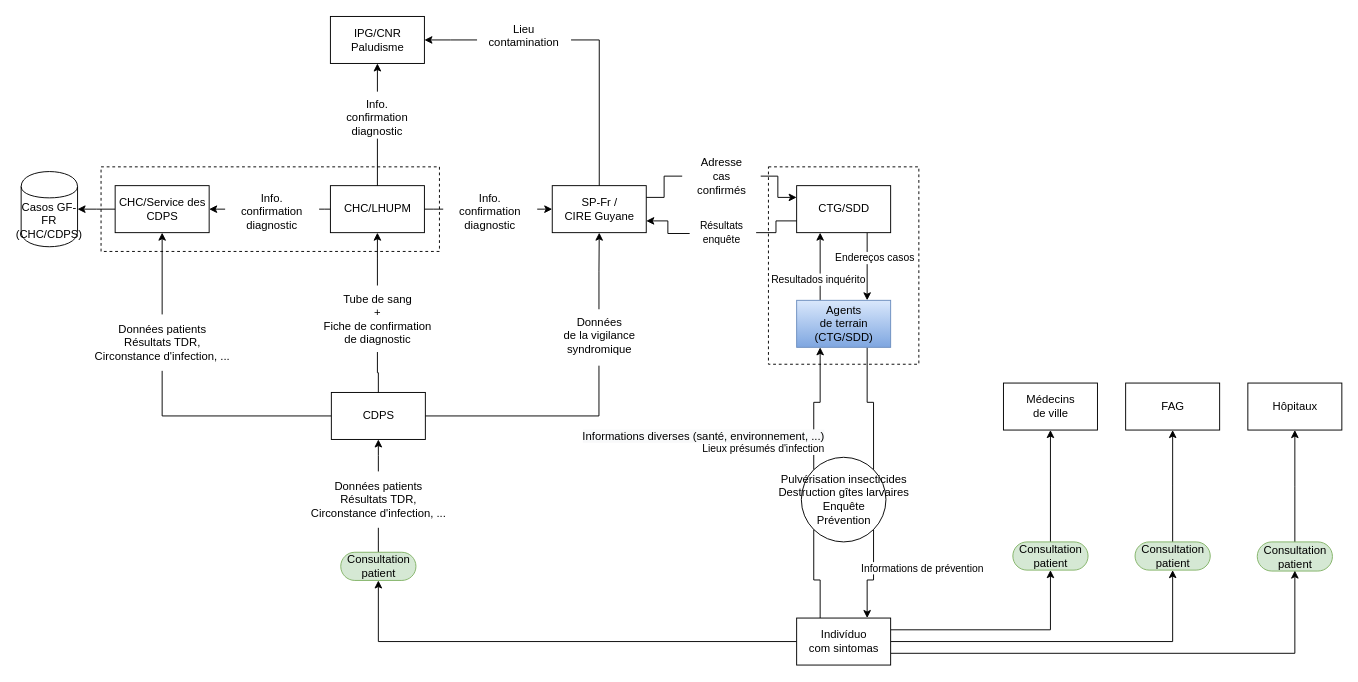
Before: Paludisme_FR-GF.drawio in EmmanuelRouxIRD/VigiFront-Saude, a draw.io diagram. Source tidied: cells renumbered, new cells numbered last; positions are measured from the earlier drawing's top-left corner, leaving out a move shared by most shapes. Both pictures are drawn from the tidied source at 94%, with x=0, y=0 at pixel (21, 16).
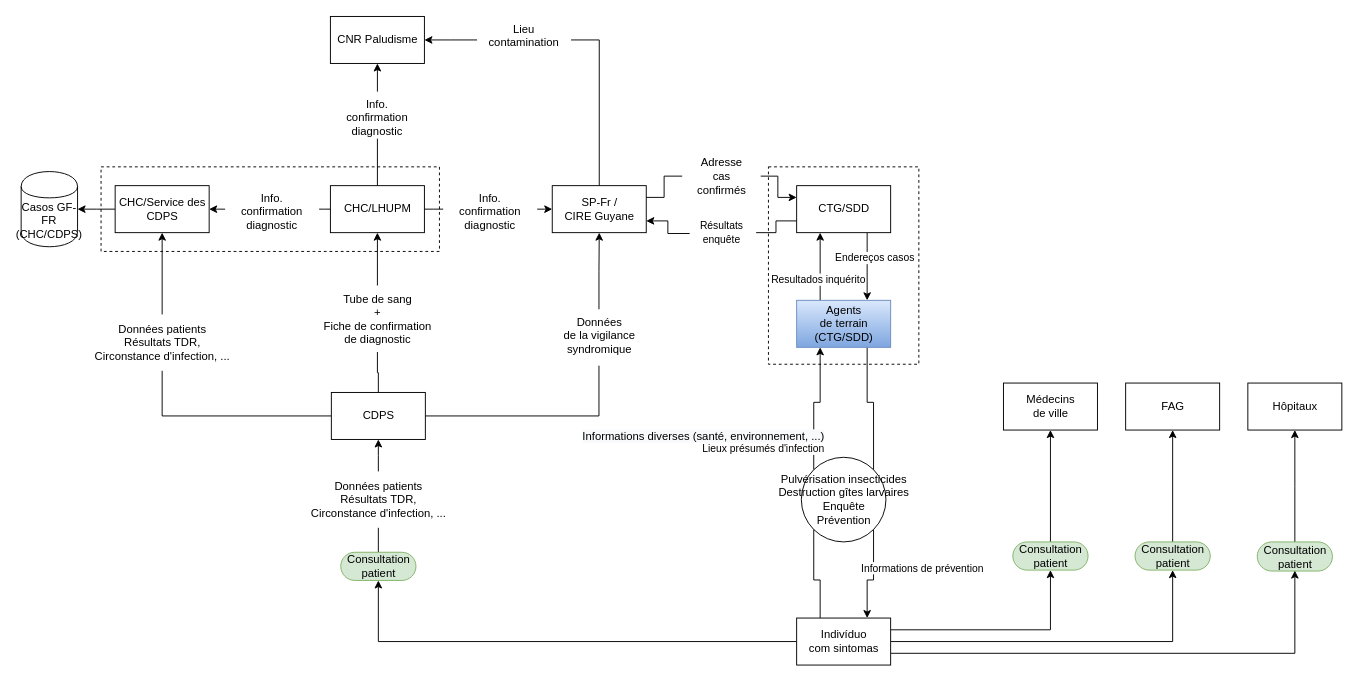
The same diagram, later.

Commit message (it also covers changes not shown here):
Mettre à jour Paludisme_FR-GF.drawio

Change to the diagram source:
```diff
@@
-    <mxCell id="10" value="IPG/CNR&lt;br&gt;Paludisme" style="html=1;dashed=0;whitespace=wrap;" parent="1" vertex="1">
+    <mxCell id="10" value="CNR Paludisme" style="html=1;dashed=0;whitespace=wrap;" parent="1" vertex="1">
       <mxGeometry x="329" width="100" height="50" as="geometry" />
     </mxCell>
```
